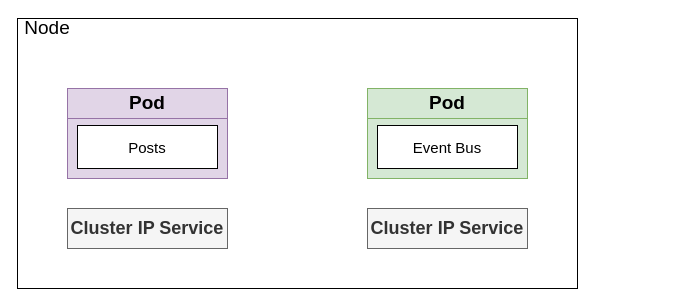
Above: page "21 - cluster" (21 of 22) of diagrams/04/02.drawio in HappySuzuki/microservices-cast (draw.io), before the change. Source tidied: cells renumbered, new cells numbered last; positions are measured from the earlier drawing's top-left corner, leaving out a move shared by most shapes. Both pictures are drawn from the tidied source at 100%, with x=0, y=0 at pixel (17, 18).
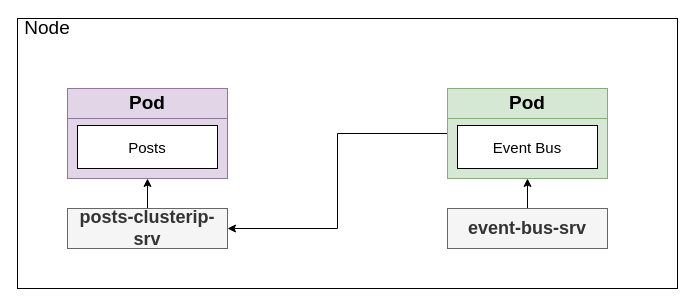
The same diagram, later.

The edit, as a diff of the source:
```diff
@@
 <mxGraphModel>
   <root>
     <mxCell id="0" />
     <mxCell id="1" parent="0" />
     <mxCell id="2" style="rounded=0;whiteSpace=wrap;html=1;fontSize=16;fontColor=#000000;" parent="1" vertex="1">
-      <mxGeometry width="560" height="270" as="geometry" />
+      <mxGeometry width="660" height="270" as="geometry" />
     </mxCell>
     <mxCell id="3" value="&lt;span&gt;Node&lt;/span&gt;" style="text;html=1;strokeColor=none;fillColor=none;align=center;verticalAlign=middle;whiteSpace=wrap;rounded=0;fontSize=19;fontColor=#000000;fontStyle=0;" parent="1" vertex="1">
       <mxGeometry x="10" width="40" height="20" as="geometry" />
     </mxCell>
     <mxCell id="4" value="Pod" style="rounded=0;whiteSpace=wrap;html=1;fontSize=19;fillColor=#e1d5e7;strokeColor=#9673a6;fontStyle=1;" parent="1" vertex="1">
       <mxGeometry x="50" y="70" width="160" height="30" as="geometry" />
     </mxCell>
     <mxCell id="5" style="rounded=0;whiteSpace=wrap;html=1;fontSize=19;fillColor=#e1d5e7;strokeColor=#9673a6;fontStyle=1;" parent="1" vertex="1">
       <mxGeometry x="50" y="100" width="160" height="60" as="geometry" />
     </mxCell>
     <mxCell id="6" value="Posts" style="rounded=0;whiteSpace=wrap;html=1;fontSize=15;fontColor=#000000;" parent="1" vertex="1">
       <mxGeometry x="60" y="107" width="140" height="43" as="geometry" />
     </mxCell>
     <mxCell id="7" value="Pod" style="rounded=0;whiteSpace=wrap;html=1;fontSize=19;fillColor=#d5e8d4;strokeColor=#82b366;fontStyle=1;" parent="1" vertex="1">
-      <mxGeometry x="350" y="70" width="160" height="30" as="geometry" />
+      <mxGeometry x="430" y="70" width="160" height="30" as="geometry" />
     </mxCell>
+    <mxCell id="12" style="edgeStyle=orthogonalEdgeStyle;rounded=0;jettySize=auto;html=1;exitX=0;exitY=0.25;exitDx=0;exitDy=0;entryX=1;entryY=0.5;entryDx=0;entryDy=0;fontSize=14;fontColor=#000000;" parent="1" edge="1" source="8" target="10">
+      <mxGeometry relative="1" as="geometry" />
+    </mxCell>
     <mxCell id="8" style="rounded=0;whiteSpace=wrap;html=1;fontSize=19;fillColor=#d5e8d4;strokeColor=#82b366;fontStyle=1;" parent="1" vertex="1">
-      <mxGeometry x="350" y="100" width="160" height="60" as="geometry" />
+      <mxGeometry x="430" y="100" width="160" height="60" as="geometry" />
     </mxCell>
     <mxCell id="9" value="Event Bus" style="rounded=0;whiteSpace=wrap;html=1;fontSize=15;fontColor=#000000;" parent="1" vertex="1">
-      <mxGeometry x="360" y="107" width="140" height="43" as="geometry" />
+      <mxGeometry x="440" y="107" width="140" height="43" as="geometry" />
     </mxCell>
+    <mxCell id="13" style="edgeStyle=orthogonalEdgeStyle;rounded=0;jettySize=auto;html=1;exitX=0.5;exitY=0;exitDx=0;exitDy=0;entryX=0.5;entryY=1;entryDx=0;entryDy=0;fontSize=16;fontColor=#000000;" parent="1" edge="1" source="10" target="5">
+      <mxGeometry relative="1" as="geometry" />
+    </mxCell>
-    <mxCell id="10" value="Cluster IP Service" style="rounded=0;whiteSpace=wrap;html=1;fontSize=18;fontColor=#333333;align=center;fillColor=#f5f5f5;strokeColor=#666666;fontStyle=1;" parent="1" vertex="1">
+    <mxCell id="10" value="posts-clusterip-srv" style="rounded=0;whiteSpace=wrap;html=1;fontSize=18;fontColor=#333333;align=center;fillColor=#f5f5f5;strokeColor=#666666;fontStyle=1;" parent="1" vertex="1">
       <mxGeometry x="50" y="190" width="160" height="40" as="geometry" />
     </mxCell>
+    <mxCell id="14" style="edgeStyle=orthogonalEdgeStyle;rounded=0;jettySize=auto;html=1;exitX=0.5;exitY=0;exitDx=0;exitDy=0;entryX=0.5;entryY=1;entryDx=0;entryDy=0;fontSize=16;fontColor=#000000;" parent="1" edge="1" source="11" target="8">
+      <mxGeometry relative="1" as="geometry" />
+    </mxCell>
-    <mxCell id="11" value="Cluster IP Service" style="rounded=0;whiteSpace=wrap;html=1;fontSize=18;fontColor=#333333;align=center;fillColor=#f5f5f5;strokeColor=#666666;fontStyle=1;" parent="1" vertex="1">
-      <mxGeometry x="350" y="190" width="160" height="40" as="geometry" />
+    <mxCell id="11" value="event-bus-srv" style="rounded=0;whiteSpace=wrap;html=1;fontSize=18;fontColor=#333333;align=center;fillColor=#f5f5f5;strokeColor=#666666;fontStyle=1;" parent="1" vertex="1">
+      <mxGeometry x="430" y="190" width="160" height="40" as="geometry" />
     </mxCell>
   </root>
 </mxGraphModel>
```
